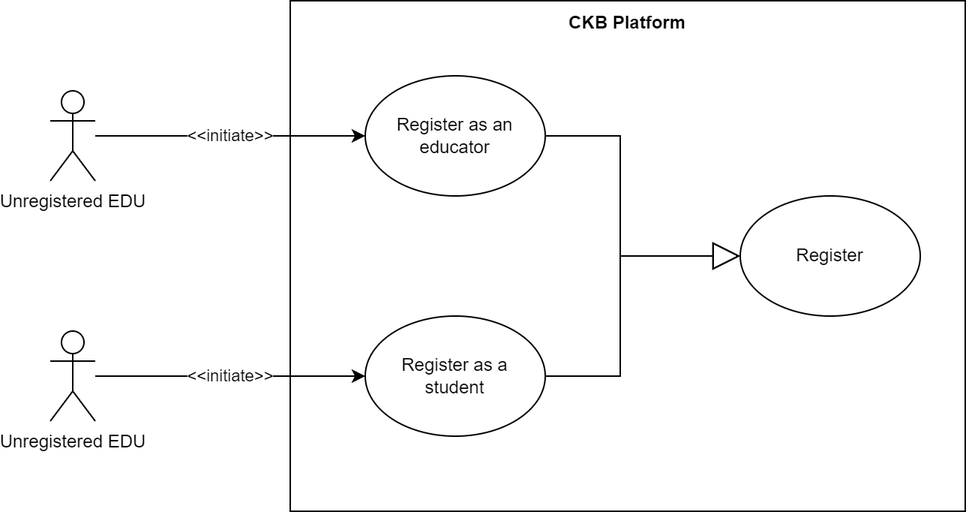
This is RASD/images/sequence_diagrams/use_case_diagrams_registration.png from pontig/sw-eng-2-PasiniPontiggiaStasi, a draw.io export, as it was before one commit. Source tidied: cells renumbered, new cells last; positions are measured from the earlier drawing's top-left corner, leaving out a move shared by most shapes.
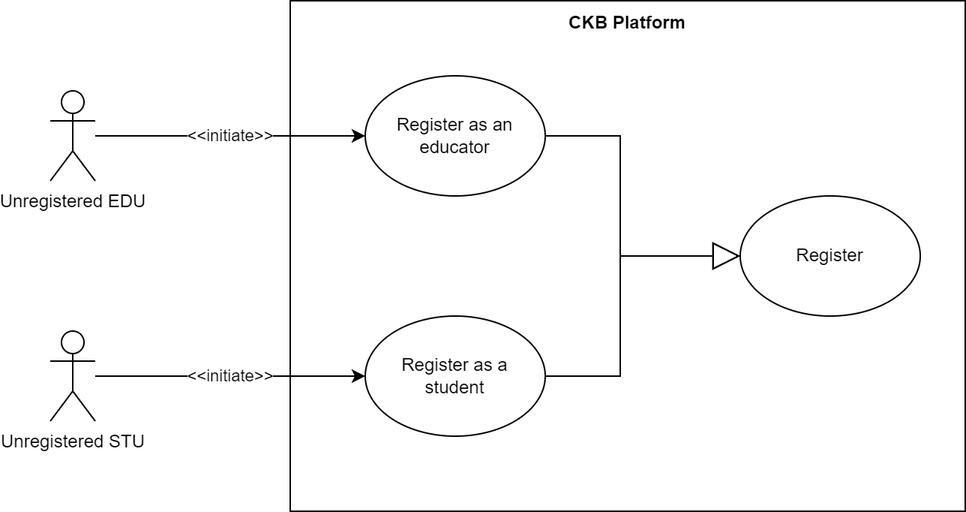
Later version of the same file.

What changed in the source:
```diff
@@ -17,7 +17,7 @@
     <mxCell id="6" value="&amp;lt;&amp;lt;initiate&amp;gt;&amp;gt;" style="edgeStyle=orthogonalEdgeStyle;rounded=0;jettySize=auto;html=1;" parent="1" edge="1" source="7" target="8">
       <mxGeometry relative="1" as="geometry" />
     </mxCell>
-    <mxCell id="7" value="Unregistered EDU" style="shape=umlActor;verticalLabelPosition=bottom;verticalAlign=top;html=1;outlineConnect=0;" parent="1" vertex="1">
+    <mxCell id="7" value="Unregistered STU" style="shape=umlActor;verticalLabelPosition=bottom;verticalAlign=top;html=1;outlineConnect=0;" parent="1" vertex="1">
       <mxGeometry y="220" width="30" height="60" as="geometry" />
     </mxCell>
     <mxCell id="8" value="Register as a&lt;br&gt;student" style="ellipse;whiteSpace=wrap;html=1;" parent="1" vertex="1">
```
